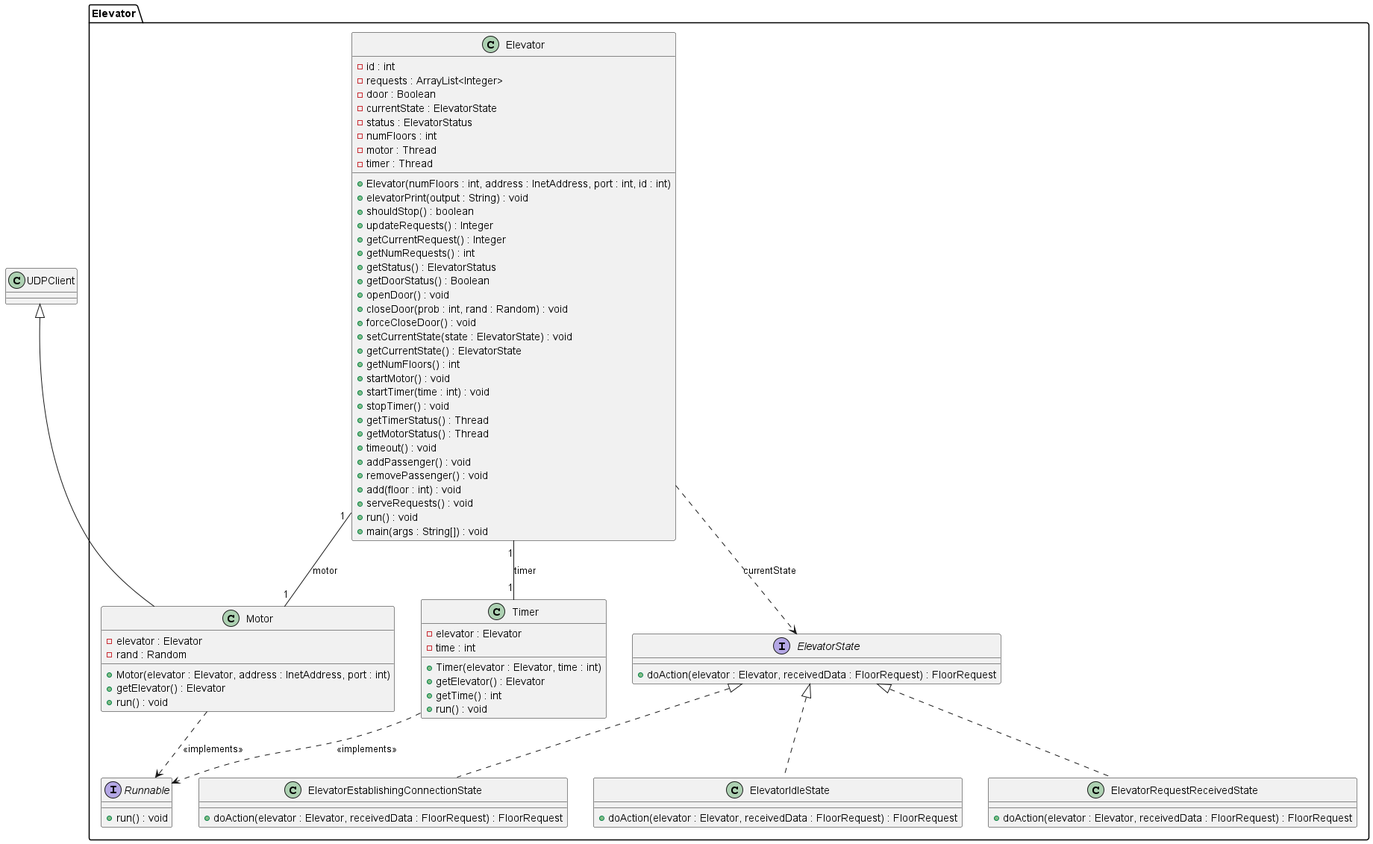
This is docs/ElevatorSubsystemClassDiagram.png from kavvykav/SYSC3303-project, a PlantUML export, as it was before one commit.
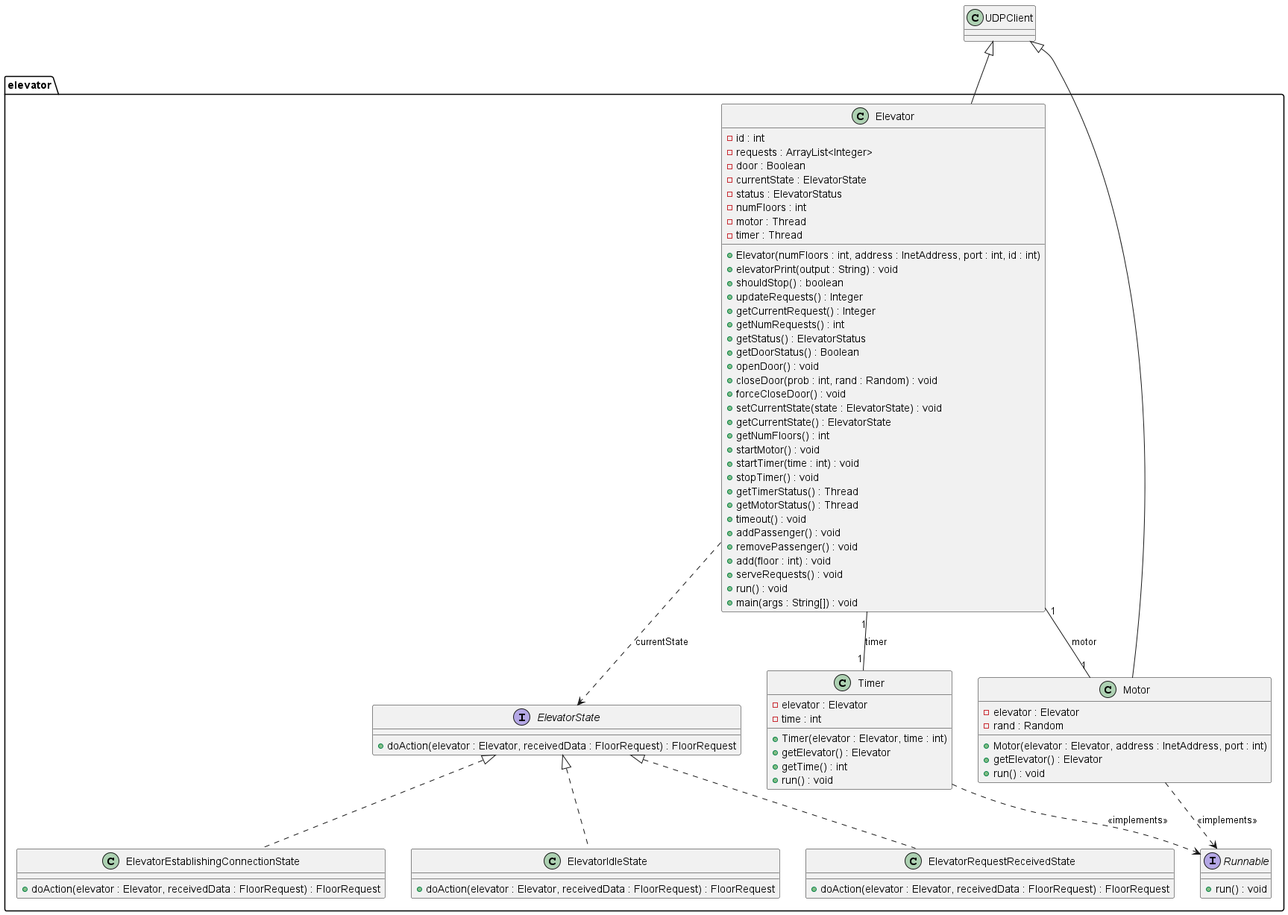
After the change.

The edit, as a diff of the source:
```diff
@@ -1,6 +1,6 @@
 @startuml
 
-package Elevator {
+package elevator {
 
 class Elevator {
     - id : int
@@ -83,11 +83,13 @@
 
 Elevator ..> ElevatorState : currentState
 
+
 }
 
 class UDPClient {
 }
-
+UDPClient<|-- Elevator
 UDPClient <|-- Motor
 
+
 @enduml
```
